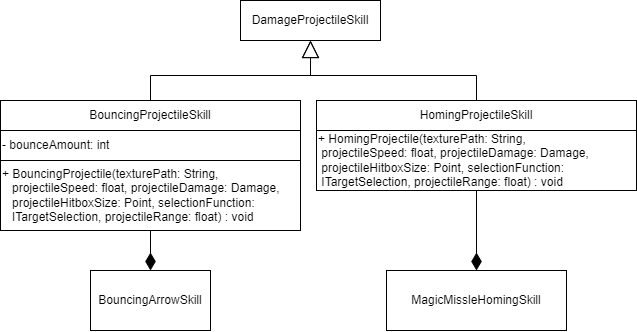
The draw.io diagram KonzeptSkizzen/Fernkampf/FernkampfUML.png in Minerder/Spiel, before a commit. Source tidied: cells renumbered, new cells last; positions are measured from the earlier drawing's top-left corner, leaving out a move shared by most shapes. The source it was exported from:
```xml
<mxGraphModel>
  <root>
    <mxCell id="0" />
    <mxCell id="1" parent="0" />
    <mxCell id="2" value="DamageProjectileSkill" style="rounded=0;whiteSpace=wrap;html=1;" parent="1" vertex="1">
      <mxGeometry x="240" width="140" height="40" as="geometry" />
    </mxCell>
    <mxCell id="3" style="edgeStyle=orthogonalEdgeStyle;rounded=0;jettySize=auto;html=1;exitX=0.5;exitY=0;exitDx=0;exitDy=0;entryX=0.5;entryY=1;entryDx=0;entryDy=0;endArrow=block;endFill=0;startSize=7;endSize=15;" parent="1" edge="1" source="12" target="2">
      <mxGeometry relative="1" as="geometry" />
    </mxCell>
    <mxCell id="4" style="edgeStyle=orthogonalEdgeStyle;rounded=0;jettySize=auto;html=1;exitX=0.5;exitY=0;exitDx=0;exitDy=0;entryX=0.5;entryY=1;entryDx=0;entryDy=0;endArrow=block;endFill=0;endSize=15;" parent="1" edge="1" source="10" target="2">
      <mxGeometry relative="1" as="geometry" />
    </mxCell>
    <mxCell id="5" style="edgeStyle=orthogonalEdgeStyle;rounded=0;jettySize=auto;html=1;exitX=0.5;exitY=1;exitDx=0;exitDy=0;entryX=0.5;entryY=0;entryDx=0;entryDy=0;endArrow=diamondThin;endFill=1;endSize=15;" parent="1" edge="1" source="14" target="7">
      <mxGeometry relative="1" as="geometry" />
    </mxCell>
    <mxCell id="6" style="edgeStyle=orthogonalEdgeStyle;rounded=0;jettySize=auto;html=1;exitX=0.5;exitY=1;exitDx=0;exitDy=0;entryX=0.5;entryY=0;entryDx=0;entryDy=0;endArrow=diamondThin;endFill=1;endSize=15;" parent="1" edge="1" source="11" target="8">
      <mxGeometry relative="1" as="geometry" />
    </mxCell>
    <mxCell id="7" value="BouncingArrowSkill" style="rounded=0;whiteSpace=wrap;html=1;" parent="1" vertex="1">
      <mxGeometry x="90" y="270" width="120" height="60" as="geometry" />
    </mxCell>
    <mxCell id="8" value="MagicMissleHomingSkill" style="rounded=0;whiteSpace=wrap;html=1;" parent="1" vertex="1">
      <mxGeometry x="386" y="270" width="180" height="60" as="geometry" />
    </mxCell>
    <mxCell id="9" style="group;" parent="1" vertex="1">
      <mxGeometry x="316" y="100" width="320" height="120" as="geometry" />
    </mxCell>
    <mxCell id="10" value="HomingProjectileSkill" style="rounded=0;whiteSpace=wrap;html=1;" parent="9" vertex="1">
      <mxGeometry width="320" height="30" as="geometry" />
    </mxCell>
    <mxCell id="11" value="&lt;div style=&quot;&quot;&gt;&lt;span style=&quot;background-color: initial;&quot;&gt;+ HomingProjectile(texturePath: String,&amp;nbsp; &amp;nbsp; &amp;nbsp; &amp;nbsp; &amp;nbsp; &amp;nbsp; &amp;nbsp; &amp;nbsp; &amp;nbsp; &amp;nbsp; &amp;nbsp; &amp;nbsp; &amp;nbsp; &amp;nbsp; &amp;nbsp; &amp;nbsp; &amp;nbsp;projectileSpeed: float, projectileDamage: Damage,&amp;nbsp; &amp;nbsp; &amp;nbsp; &amp;nbsp; &amp;nbsp; &amp;nbsp; &amp;nbsp; &amp;nbsp;projectileHitboxSize: Point, selectionFunction:&amp;nbsp; &amp;nbsp; &amp;nbsp; &amp;nbsp; &amp;nbsp; &amp;nbsp; &amp;nbsp; &amp;nbsp; &amp;nbsp; &amp;nbsp; &amp;nbsp; &amp;nbsp;ITargetSelection, projectileRange: float) : void&lt;/span&gt;&lt;/div&gt;" style="rounded=0;whiteSpace=wrap;html=1;align=left;" parent="9" vertex="1">
      <mxGeometry y="30" width="320" height="60" as="geometry" />
    </mxCell>
    <mxCell id="12" value="BouncingProjectileSkill" style="rounded=0;whiteSpace=wrap;html=1;" parent="1" vertex="1">
      <mxGeometry y="100" width="300" height="30" as="geometry" />
    </mxCell>
    <mxCell id="13" value="- bounceAmount: int" style="rounded=0;whiteSpace=wrap;html=1;align=left;" parent="1" vertex="1">
      <mxGeometry y="130" width="300" height="30" as="geometry" />
    </mxCell>
    <mxCell id="14" value="+ BouncingProjectile(texturePath: String,&amp;nbsp; &amp;nbsp; &amp;nbsp; &amp;nbsp; &amp;nbsp; &amp;nbsp; &amp;nbsp; &amp;nbsp; &amp;nbsp; &amp;nbsp; &amp;nbsp; &amp;nbsp; &amp;nbsp; &amp;nbsp;projectileSpeed: float, projectileDamage: Damage,&amp;nbsp; &amp;nbsp; &amp;nbsp; &amp;nbsp; &amp;nbsp;projectileHitboxSize: Point, selectionFunction:&amp;nbsp; &amp;nbsp; &amp;nbsp; &amp;nbsp; &amp;nbsp; &amp;nbsp; &amp;nbsp; &amp;nbsp; &amp;nbsp;ITargetSelection, projectileRange: float) : void" style="rounded=0;whiteSpace=wrap;html=1;align=left;" parent="1" vertex="1">
      <mxGeometry y="160" width="300" height="70" as="geometry" />
    </mxCell>
  </root>
</mxGraphModel>
```
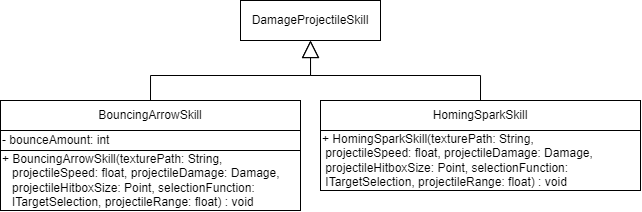
Later version of the same file.

Diff of the diagram source:
```diff
@@ -5,41 +5,26 @@
     <mxCell id="2" value="DamageProjectileSkill" style="rounded=0;whiteSpace=wrap;html=1;" parent="1" vertex="1">
       <mxGeometry x="240" width="140" height="40" as="geometry" />
     </mxCell>
-    <mxCell id="3" style="edgeStyle=orthogonalEdgeStyle;rounded=0;jettySize=auto;html=1;exitX=0.5;exitY=0;exitDx=0;exitDy=0;entryX=0.5;entryY=1;entryDx=0;entryDy=0;endArrow=block;endFill=0;startSize=7;endSize=15;" parent="1" edge="1" source="12" target="2">
+    <mxCell id="3" style="edgeStyle=orthogonalEdgeStyle;rounded=0;jettySize=auto;html=1;exitX=0.5;exitY=0;exitDx=0;exitDy=0;entryX=0.5;entryY=1;entryDx=0;entryDy=0;endArrow=block;endFill=0;startSize=7;endSize=15;" parent="1" edge="1" source="7" target="2">
       <mxGeometry relative="1" as="geometry" />
     </mxCell>
-    <mxCell id="4" style="edgeStyle=orthogonalEdgeStyle;rounded=0;jettySize=auto;html=1;exitX=0.5;exitY=0;exitDx=0;exitDy=0;entryX=0.5;entryY=1;entryDx=0;entryDy=0;endArrow=block;endFill=0;endSize=15;" parent="1" edge="1" source="10" target="2">
+    <mxCell id="4" style="edgeStyle=orthogonalEdgeStyle;rounded=0;jettySize=auto;html=1;exitX=0.5;exitY=0;exitDx=0;exitDy=0;entryX=0.5;entryY=1;entryDx=0;entryDy=0;endArrow=block;endFill=0;endSize=15;" parent="1" edge="1" source="8" target="2">
       <mxGeometry relative="1" as="geometry" />
     </mxCell>
-    <mxCell id="5" style="edgeStyle=orthogonalEdgeStyle;rounded=0;jettySize=auto;html=1;exitX=0.5;exitY=1;exitDx=0;exitDy=0;entryX=0.5;entryY=0;entryDx=0;entryDy=0;endArrow=diamondThin;endFill=1;endSize=15;" parent="1" edge="1" source="14" target="7">
-      <mxGeometry relative="1" as="geometry" />
-    </mxCell>
-    <mxCell id="6" style="edgeStyle=orthogonalEdgeStyle;rounded=0;jettySize=auto;html=1;exitX=0.5;exitY=1;exitDx=0;exitDy=0;entryX=0.5;entryY=0;entryDx=0;entryDy=0;endArrow=diamondThin;endFill=1;endSize=15;" parent="1" edge="1" source="11" target="8">
-      <mxGeometry relative="1" as="geometry" />
-    </mxCell>
     <mxCell id="7" value="BouncingArrowSkill" style="rounded=0;whiteSpace=wrap;html=1;" parent="1" vertex="1">
-      <mxGeometry x="90" y="270" width="120" height="60" as="geometry" />
+      <mxGeometry y="100" width="300" height="30" as="geometry" />
     </mxCell>
-    <mxCell id="8" value="MagicMissleHomingSkill" style="rounded=0;whiteSpace=wrap;html=1;" parent="1" vertex="1">
-      <mxGeometry x="386" y="270" width="180" height="60" as="geometry" />
+    <mxCell id="8" value="HomingSparkSkill" style="rounded=0;whiteSpace=wrap;html=1;" parent="1" vertex="1">
+      <mxGeometry x="320" y="100" width="320" height="30" as="geometry" />
     </mxCell>
-    <mxCell id="9" style="group;" parent="1" vertex="1">
-      <mxGeometry x="316" y="100" width="320" height="120" as="geometry" />
-    </mxCell>
-    <mxCell id="10" value="HomingProjectileSkill" style="rounded=0;whiteSpace=wrap;html=1;" parent="9" vertex="1">
-      <mxGeometry width="320" height="30" as="geometry" />
-    </mxCell>
-    <mxCell id="11" value="&lt;div style=&quot;&quot;&gt;&lt;span style=&quot;background-color: initial;&quot;&gt;+ HomingProjectile(texturePath: String,&amp;nbsp; &amp;nbsp; &amp;nbsp; &amp;nbsp; &amp;nbsp; &amp;nbsp; &amp;nbsp; &amp;nbsp; &amp;nbsp; &amp;nbsp; &amp;nbsp; &amp;nbsp; &amp;nbsp; &amp;nbsp; &amp;nbsp; &amp;nbsp; &amp;nbsp;projectileSpeed: float, projectileDamage: Damage,&amp;nbsp; &amp;nbsp; &amp;nbsp; &amp;nbsp; &amp;nbsp; &amp;nbsp; &amp;nbsp; &amp;nbsp;projectileHitboxSize: Point, selectionFunction:&amp;nbsp; &amp;nbsp; &amp;nbsp; &amp;nbsp; &amp;nbsp; &amp;nbsp; &amp;nbsp; &amp;nbsp; &amp;nbsp; &amp;nbsp; &amp;nbsp; &amp;nbsp;ITargetSelection, projectileRange: float) : void&lt;/span&gt;&lt;/div&gt;" style="rounded=0;whiteSpace=wrap;html=1;align=left;" parent="9" vertex="1">
-      <mxGeometry y="30" width="320" height="60" as="geometry" />
-    </mxCell>
-    <mxCell id="12" value="BouncingProjectileSkill" style="rounded=0;whiteSpace=wrap;html=1;" parent="1" vertex="1">
-      <mxGeometry y="100" width="300" height="30" as="geometry" />
-    </mxCell>
     <mxCell id="13" value="- bounceAmount: int" style="rounded=0;whiteSpace=wrap;html=1;align=left;" parent="1" vertex="1">
-      <mxGeometry y="130" width="300" height="30" as="geometry" />
+      <mxGeometry y="130" width="300" height="20" as="geometry" />
     </mxCell>
-    <mxCell id="14" value="+ BouncingProjectile(texturePath: String,&amp;nbsp; &amp;nbsp; &amp;nbsp; &amp;nbsp; &amp;nbsp; &amp;nbsp; &amp;nbsp; &amp;nbsp; &amp;nbsp; &amp;nbsp; &amp;nbsp; &amp;nbsp; &amp;nbsp; &amp;nbsp;projectileSpeed: float, projectileDamage: Damage,&amp;nbsp; &amp;nbsp; &amp;nbsp; &amp;nbsp; &amp;nbsp;projectileHitboxSize: Point, selectionFunction:&amp;nbsp; &amp;nbsp; &amp;nbsp; &amp;nbsp; &amp;nbsp; &amp;nbsp; &amp;nbsp; &amp;nbsp; &amp;nbsp;ITargetSelection, projectileRange: float) : void" style="rounded=0;whiteSpace=wrap;html=1;align=left;" parent="1" vertex="1">
-      <mxGeometry y="160" width="300" height="70" as="geometry" />
-    </mxCell>
+    <mxCell id="15" value="+ BouncingArrowSkill(texturePath: String,&amp;nbsp; &amp;nbsp; &amp;nbsp; &amp;nbsp; &amp;nbsp; &amp;nbsp; &amp;nbsp; &amp;nbsp; &amp;nbsp; &amp;nbsp; &amp;nbsp; &amp;nbsp; &amp;nbsp; &amp;nbsp;projectileSpeed: float, projectileDamage: Damage,&amp;nbsp; &amp;nbsp; &amp;nbsp; &amp;nbsp; &amp;nbsp;projectileHitboxSize: Point, selectionFunction:&amp;nbsp; &amp;nbsp; &amp;nbsp; &amp;nbsp; &amp;nbsp; &amp;nbsp; &amp;nbsp; &amp;nbsp; &amp;nbsp;ITargetSelection, projectileRange: float) : void" style="rounded=0;whiteSpace=wrap;html=1;align=left;" parent="1" vertex="1">
+      <mxGeometry y="150" width="300" height="60" as="geometry" />
+    </mxCell>
+    <mxCell id="16" value="+ HomingSparkSkill(texturePath: String,&amp;nbsp; &amp;nbsp; &amp;nbsp; &amp;nbsp; &amp;nbsp; &amp;nbsp; &amp;nbsp; &amp;nbsp; &amp;nbsp; &amp;nbsp; &amp;nbsp; &amp;nbsp; &amp;nbsp; &amp;nbsp; &amp;nbsp; &amp;nbsp; &amp;nbsp;projectileSpeed: float, projectileDamage: Damage,&amp;nbsp; &amp;nbsp; &amp;nbsp; &amp;nbsp; &amp;nbsp; &amp;nbsp; &amp;nbsp; &amp;nbsp;projectileHitboxSize: Point, selectionFunction:&amp;nbsp; &amp;nbsp; &amp;nbsp; &amp;nbsp; &amp;nbsp; &amp;nbsp; &amp;nbsp; &amp;nbsp; &amp;nbsp; &amp;nbsp; &amp;nbsp; &amp;nbsp;ITargetSelection, projectileRange: float) : void" style="rounded=0;whiteSpace=wrap;html=1;align=left;" parent="1" vertex="1">
+      <mxGeometry x="320" y="130" width="320" height="60" as="geometry" />
+    </mxCell>
   </root>
 </mxGraphModel>
```
